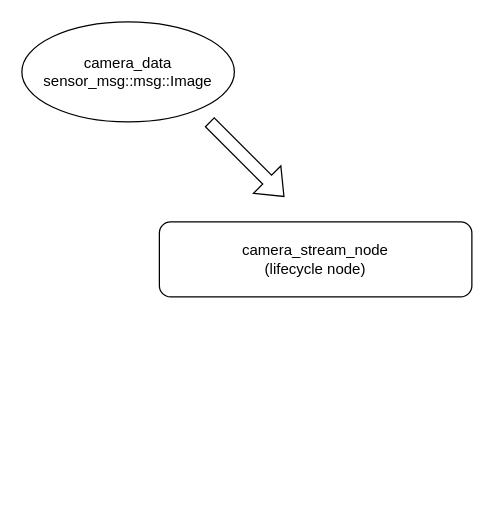
This is d5相关.drawio from Jev0987/drawioFile, a draw.io file, before an edit. Source tidied: cells renumbered, new cells numbered last; positions are measured from the earlier drawing's top-left corner, leaving out a move shared by most shapes. Both pictures are drawn from the tidied source at 125%, with x=0, y=0 at pixel (21, 21).
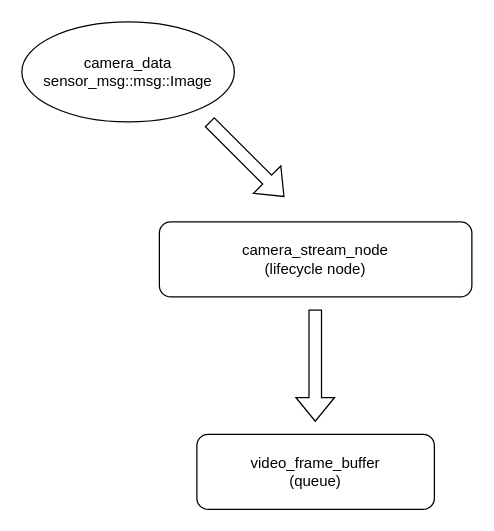
After the change.

The edit, as a diff of the source:
```diff
@@
 <mxGraphModel>
   <root>
     <mxCell id="0" />
     <mxCell id="1" parent="0" />
     <mxCell id="2" value="camera_data&lt;div&gt;sensor_msg::msg::Image&lt;/div&gt;" style="ellipse;whiteSpace=wrap;html=1;" parent="1" vertex="1">
       <mxGeometry width="170" height="80" as="geometry" />
     </mxCell>
     <mxCell id="3" value="camera_stream_node&lt;div&gt;(lifecycle node)&lt;/div&gt;" style="rounded=1;whiteSpace=wrap;html=1;" parent="1" vertex="1">
       <mxGeometry x="110" y="160" width="250" height="60" as="geometry" />
     </mxCell>
     <mxCell id="4" style="shape=flexArrow;endArrow=classic;html=1;rounded=0;" parent="1" edge="1">
       <mxGeometry relative="1" as="geometry">
         <mxPoint x="150" y="80" as="sourcePoint" />
         <mxPoint x="210" y="140" as="targetPoint" />
       </mxGeometry>
     </mxCell>
+    <mxCell id="5" value="video_frame_buffer&lt;br&gt;(queue)" style="rounded=1;whiteSpace=wrap;html=1;" parent="1" vertex="1">
+      <mxGeometry x="140" y="330" width="190" height="60" as="geometry" />
+    </mxCell>
+    <mxCell id="6" style="shape=flexArrow;endArrow=classic;html=1;rounded=0;" parent="1" edge="1">
+      <mxGeometry relative="1" as="geometry">
+        <mxPoint x="234.7" y="230" as="sourcePoint" />
+        <mxPoint x="234.7" y="320" as="targetPoint" />
+      </mxGeometry>
+    </mxCell>
   </root>
 </mxGraphModel>
```
